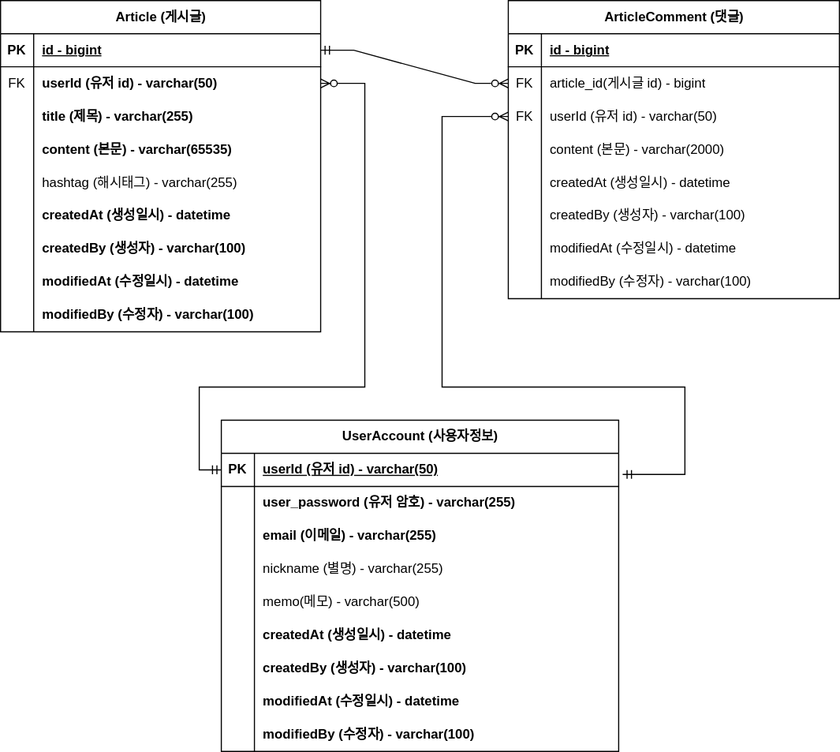
jy-hwang/fastcampus-project-board keeps this draw.io diagram as document/project-board-erd.svg. Above is the earlier version. Source tidied: cells renumbered, new cells last; positions are measured from the earlier drawing's top-left corner, leaving out a move shared by most shapes.
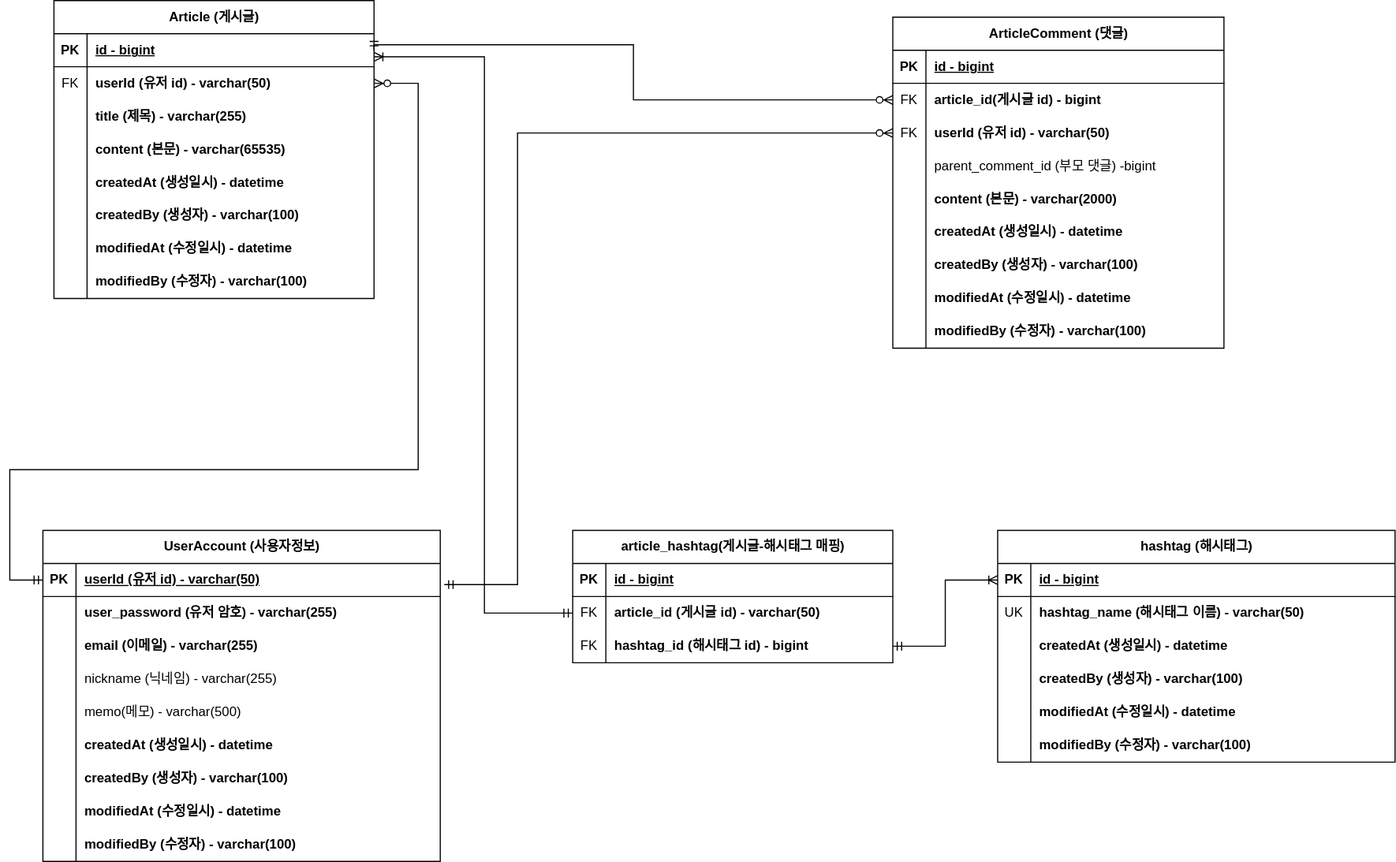
After the commit.

Commit message:
#62 - project-board-erd.svg 업데이트:대댓글,해시태그

브랜치 번호를 잘못기입해서 변경

Diff of the diagram source:
```diff
@@ -5,3 +5,3 @@
     <mxCell id="2" value="Article (게시글)" style="shape=table;startSize=30;rowLines=0;fontStyle=1;align=center;html=1;" parent="1" vertex="1">
-      <mxGeometry width="290" height="300" as="geometry" />
+      <mxGeometry width="290" height="270" as="geometry" />
     </mxCell>
@@ -43,13 +43,4 @@
     </mxCell>
-    <mxCell id="15" style="shape=tableRow;horizontal=0;startSize=0;swimlaneHead=0;swimlaneBody=0;fillColor=none;top=0;left=0;right=0;bottom=0;" parent="2" vertex="1">
-      <mxGeometry y="150" width="290" height="30" as="geometry" />
-    </mxCell>
-    <mxCell id="16" style="shape=partialRectangle;fillColor=none;top=0;left=0;bottom=0;right=0;overflow=hidden;whiteSpace=wrap;html=1;" parent="15" vertex="1">
-      <mxGeometry width="30" height="30" as="geometry" />
-    </mxCell>
-    <mxCell id="17" value="hashtag (해시태그) - varchar(255)" style="shape=partialRectangle;fillColor=none;top=0;left=0;bottom=0;right=0;align=left;spacingLeft=6;overflow=hidden;whiteSpace=wrap;html=1;" parent="15" vertex="1">
-      <mxGeometry x="30" width="260" height="30" as="geometry" />
-    </mxCell>
     <mxCell id="18" style="shape=tableRow;horizontal=0;startSize=0;swimlaneHead=0;swimlaneBody=0;fillColor=none;top=0;left=0;right=0;bottom=0;" parent="2" vertex="1">
-      <mxGeometry y="180" width="290" height="30" as="geometry" />
+      <mxGeometry y="150" width="290" height="30" as="geometry" />
     </mxCell>
@@ -62,3 +53,3 @@
     <mxCell id="21" style="shape=tableRow;horizontal=0;startSize=0;swimlaneHead=0;swimlaneBody=0;fillColor=none;top=0;left=0;right=0;bottom=0;" parent="2" vertex="1">
-      <mxGeometry y="210" width="290" height="30" as="geometry" />
+      <mxGeometry y="180" width="290" height="30" as="geometry" />
     </mxCell>
@@ -71,3 +62,3 @@
     <mxCell id="24" style="shape=tableRow;horizontal=0;startSize=0;swimlaneHead=0;swimlaneBody=0;fillColor=none;top=0;left=0;right=0;bottom=0;" parent="2" vertex="1">
-      <mxGeometry y="240" width="290" height="30" as="geometry" />
+      <mxGeometry y="210" width="290" height="30" as="geometry" />
     </mxCell>
@@ -80,3 +71,3 @@
     <mxCell id="27" style="shape=tableRow;horizontal=0;startSize=0;swimlaneHead=0;swimlaneBody=0;fillColor=none;top=0;left=0;right=0;bottom=0;" parent="2" vertex="1">
-      <mxGeometry y="270" width="290" height="30" as="geometry" />
+      <mxGeometry y="240" width="290" height="30" as="geometry" />
     </mxCell>
@@ -89,3 +80,3 @@
     <mxCell id="30" value="ArticleComment (댓글)" style="shape=table;startSize=30;rowLines=0;fontStyle=1;align=center;html=1;" parent="1" vertex="1">
-      <mxGeometry x="460" width="300" height="270" as="geometry" />
+      <mxGeometry x="760" y="15" width="300" height="300" as="geometry" />
     </mxCell>
@@ -106,3 +97,3 @@
     </mxCell>
-    <mxCell id="36" value="article_id(게시글 id) - bigint" style="shape=partialRectangle;fillColor=none;top=0;left=0;bottom=0;right=0;align=left;spacingLeft=6;overflow=hidden;whiteSpace=wrap;html=1;" parent="34" vertex="1">
+    <mxCell id="36" value="article_id(게시글 id) - bigint" style="shape=partialRectangle;fillColor=none;top=0;left=0;bottom=0;right=0;align=left;spacingLeft=6;overflow=hidden;whiteSpace=wrap;html=1;fontStyle=1;" parent="34" vertex="1">
       <mxGeometry x="30" width="270" height="30" as="geometry" />
@@ -115,7 +106,16 @@
     </mxCell>
-    <mxCell id="39" value="userId (유저 id) - varchar(50)" style="shape=partialRectangle;fillColor=none;top=0;left=0;bottom=0;right=0;align=left;spacingLeft=6;overflow=hidden;whiteSpace=wrap;html=1;" parent="37" vertex="1">
+    <mxCell id="39" value="userId (유저 id) - varchar(50)" style="shape=partialRectangle;fillColor=none;top=0;left=0;bottom=0;right=0;align=left;spacingLeft=6;overflow=hidden;whiteSpace=wrap;html=1;fontStyle=1;" parent="37" vertex="1">
       <mxGeometry x="30" width="270" height="30" as="geometry" />
     </mxCell>
+    <mxCell id="86" style="shape=tableRow;horizontal=0;startSize=0;swimlaneHead=0;swimlaneBody=0;fillColor=none;top=0;left=0;right=0;bottom=0;" parent="30" vertex="1">
+      <mxGeometry y="120" width="300" height="30" as="geometry" />
+    </mxCell>
+    <mxCell id="87" style="shape=partialRectangle;fillColor=none;top=0;left=0;bottom=0;right=0;overflow=hidden;whiteSpace=wrap;html=1;" parent="86" vertex="1">
+      <mxGeometry width="30" height="30" as="geometry" />
+    </mxCell>
+    <mxCell id="88" value="parent_comment_id (부모 댓글) -bigint" style="shape=partialRectangle;fillColor=none;top=0;left=0;bottom=0;right=0;align=left;spacingLeft=6;overflow=hidden;whiteSpace=wrap;html=1;" parent="86" vertex="1">
+      <mxGeometry x="30" width="270" height="30" as="geometry" />
+    </mxCell>
     <mxCell id="40" style="shape=tableRow;horizontal=0;startSize=0;swimlaneHead=0;swimlaneBody=0;fillColor=none;top=0;left=0;right=0;bottom=0;" parent="30" vertex="1">
-      <mxGeometry y="120" width="300" height="30" as="geometry" />
+      <mxGeometry y="150" width="300" height="30" as="geometry" />
     </mxCell>
@@ -124,3 +124,3 @@
     </mxCell>
-    <mxCell id="42" value="content (본문) - varchar(2000)" style="shape=partialRectangle;fillColor=none;top=0;left=0;bottom=0;right=0;align=left;spacingLeft=6;overflow=hidden;whiteSpace=wrap;html=1;" parent="40" vertex="1">
+    <mxCell id="42" value="content (본문) - varchar(2000)" style="shape=partialRectangle;fillColor=none;top=0;left=0;bottom=0;right=0;align=left;spacingLeft=6;overflow=hidden;whiteSpace=wrap;html=1;fontStyle=1;" parent="40" vertex="1">
       <mxGeometry x="30" width="270" height="30" as="geometry" />
@@ -128,3 +128,3 @@
     <mxCell id="43" style="shape=tableRow;horizontal=0;startSize=0;swimlaneHead=0;swimlaneBody=0;fillColor=none;top=0;left=0;right=0;bottom=0;" parent="30" vertex="1">
-      <mxGeometry y="150" width="300" height="30" as="geometry" />
+      <mxGeometry y="180" width="300" height="30" as="geometry" />
     </mxCell>
@@ -133,3 +133,3 @@
     </mxCell>
-    <mxCell id="45" value="createdAt (생성일시) - datetime" style="shape=partialRectangle;fillColor=none;top=0;left=0;bottom=0;right=0;align=left;spacingLeft=6;overflow=hidden;whiteSpace=wrap;html=1;" parent="43" vertex="1">
+    <mxCell id="45" value="createdAt (생성일시) - datetime" style="shape=partialRectangle;fillColor=none;top=0;left=0;bottom=0;right=0;align=left;spacingLeft=6;overflow=hidden;whiteSpace=wrap;html=1;fontStyle=1;" parent="43" vertex="1">
       <mxGeometry x="30" width="270" height="30" as="geometry" />
@@ -137,3 +137,3 @@
     <mxCell id="46" style="shape=tableRow;horizontal=0;startSize=0;swimlaneHead=0;swimlaneBody=0;fillColor=none;top=0;left=0;right=0;bottom=0;" parent="30" vertex="1">
-      <mxGeometry y="180" width="300" height="30" as="geometry" />
+      <mxGeometry y="210" width="300" height="30" as="geometry" />
     </mxCell>
@@ -142,3 +142,3 @@
     </mxCell>
-    <mxCell id="48" value="createdBy (생성자) - varchar(100)" style="shape=partialRectangle;fillColor=none;top=0;left=0;bottom=0;right=0;align=left;spacingLeft=6;overflow=hidden;whiteSpace=wrap;html=1;" parent="46" vertex="1">
+    <mxCell id="48" value="createdBy (생성자) - varchar(100)" style="shape=partialRectangle;fillColor=none;top=0;left=0;bottom=0;right=0;align=left;spacingLeft=6;overflow=hidden;whiteSpace=wrap;html=1;fontStyle=1;" parent="46" vertex="1">
       <mxGeometry x="30" width="270" height="30" as="geometry" />
@@ -146,3 +146,3 @@
     <mxCell id="49" style="shape=tableRow;horizontal=0;startSize=0;swimlaneHead=0;swimlaneBody=0;fillColor=none;top=0;left=0;right=0;bottom=0;" parent="30" vertex="1">
-      <mxGeometry y="210" width="300" height="30" as="geometry" />
+      <mxGeometry y="240" width="300" height="30" as="geometry" />
     </mxCell>
@@ -151,3 +151,3 @@
     </mxCell>
-    <mxCell id="51" value="modifiedAt (수정일시) - datetime" style="shape=partialRectangle;fillColor=none;top=0;left=0;bottom=0;right=0;align=left;spacingLeft=6;overflow=hidden;whiteSpace=wrap;html=1;" parent="49" vertex="1">
+    <mxCell id="51" value="modifiedAt (수정일시) - datetime" style="shape=partialRectangle;fillColor=none;top=0;left=0;bottom=0;right=0;align=left;spacingLeft=6;overflow=hidden;whiteSpace=wrap;html=1;fontStyle=1;" parent="49" vertex="1">
       <mxGeometry x="30" width="270" height="30" as="geometry" />
@@ -155,3 +155,3 @@
     <mxCell id="52" style="shape=tableRow;horizontal=0;startSize=0;swimlaneHead=0;swimlaneBody=0;fillColor=none;top=0;left=0;right=0;bottom=0;" parent="30" vertex="1">
-      <mxGeometry y="240" width="300" height="30" as="geometry" />
+      <mxGeometry y="270" width="300" height="30" as="geometry" />
     </mxCell>
@@ -160,10 +160,16 @@
     </mxCell>
-    <mxCell id="54" value="modifiedBy (수정자) - varchar(100)" style="shape=partialRectangle;fillColor=none;top=0;left=0;bottom=0;right=0;align=left;spacingLeft=6;overflow=hidden;whiteSpace=wrap;html=1;" parent="52" vertex="1">
+    <mxCell id="54" value="modifiedBy (수정자) - varchar(100)" style="shape=partialRectangle;fillColor=none;top=0;left=0;bottom=0;right=0;align=left;spacingLeft=6;overflow=hidden;whiteSpace=wrap;html=1;fontStyle=1;" parent="52" vertex="1">
       <mxGeometry x="30" width="270" height="30" as="geometry" />
     </mxCell>
-    <mxCell id="55" style="edgeStyle=entityRelationEdgeStyle;fontSize=12;html=1;endArrow=ERzeroToMany;startArrow=ERmandOne;rounded=0;exitX=1;exitY=0.5;exitDx=0;exitDy=0;endFill=0;" parent="1" edge="1" source="3" target="34">
-      <mxGeometry relative="1" as="geometry" />
+    <mxCell id="55" style="edgeStyle=orthogonalEdgeStyle;fontSize=12;html=1;endArrow=ERzeroToMany;startArrow=ERmandOne;rounded=0;exitX=1;exitY=0.5;exitDx=0;exitDy=0;endFill=0;" parent="1" edge="1" source="3" target="34">
+      <mxGeometry relative="1" as="geometry">
+        <Array as="points">
+          <mxPoint x="290" y="40" />
+          <mxPoint x="525" y="40" />
+          <mxPoint x="525" y="90" />
+        </Array>
+      </mxGeometry>
     </mxCell>
     <mxCell id="56" value="UserAccount (사용자정보)" style="shape=table;startSize=30;rowLines=0;fontStyle=1;align=center;html=1;" parent="1" vertex="1">
-      <mxGeometry x="200" y="380" width="360" height="300" as="geometry" />
+      <mxGeometry x="-10" y="480" width="360" height="300" as="geometry" />
     </mxCell>
@@ -202,3 +208,3 @@
     </mxCell>
-    <mxCell id="68" value="nickname (별명) - varchar(255)" style="shape=partialRectangle;fillColor=none;top=0;left=0;bottom=0;right=0;align=left;spacingLeft=6;overflow=hidden;whiteSpace=wrap;html=1;" parent="66" vertex="1">
+    <mxCell id="68" value="nickname (닉네임) - varchar(255)" style="shape=partialRectangle;fillColor=none;top=0;left=0;bottom=0;right=0;align=left;spacingLeft=6;overflow=hidden;whiteSpace=wrap;html=1;" parent="66" vertex="1">
       <mxGeometry x="30" width="330" height="30" as="geometry" />
@@ -253,5 +259,5 @@
         <Array as="points">
-          <mxPoint x="180" y="425" />
-          <mxPoint x="180" y="350" />
-          <mxPoint x="330" y="350" />
+          <mxPoint x="-40" y="525" />
+          <mxPoint x="-40" y="425" />
+          <mxPoint x="330" y="425" />
           <mxPoint x="330" y="75" />
@@ -263,6 +269,4 @@
         <Array as="points">
-          <mxPoint x="620" y="429" />
-          <mxPoint x="620" y="350" />
-          <mxPoint x="400" y="350" />
-          <mxPoint x="400" y="105" />
+          <mxPoint x="420" y="529" />
+          <mxPoint x="420" y="120" />
         </Array>
@@ -270,2 +274,100 @@
     </mxCell>
+    <mxCell id="89" value="article_hashtag(게시글-해시태그 매핑)" style="shape=table;startSize=30;rowLines=0;fontStyle=1;align=center;html=1;" parent="1" vertex="1">
+      <mxGeometry x="470" y="480" width="290" height="120" as="geometry" />
+    </mxCell>
+    <mxCell id="90" style="shape=tableRow;horizontal=0;startSize=0;swimlaneHead=0;swimlaneBody=0;fillColor=none;top=0;left=0;right=0;bottom=1;" parent="89" vertex="1">
+      <mxGeometry y="30" width="290" height="30" as="geometry" />
+    </mxCell>
+    <mxCell id="91" value="PK" style="shape=partialRectangle;fillColor=none;top=0;left=0;bottom=0;right=0;fontStyle=1;overflow=hidden;whiteSpace=wrap;html=1;" parent="90" vertex="1">
+      <mxGeometry width="30" height="30" as="geometry" />
+    </mxCell>
+    <mxCell id="92" value="id - bigint" style="shape=partialRectangle;fillColor=none;top=0;left=0;bottom=0;right=0;align=left;spacingLeft=6;fontStyle=5;overflow=hidden;whiteSpace=wrap;html=1;" parent="90" vertex="1">
+      <mxGeometry x="30" width="260" height="30" as="geometry" />
+    </mxCell>
+    <mxCell id="93" style="shape=tableRow;horizontal=0;startSize=0;swimlaneHead=0;swimlaneBody=0;fillColor=none;points=[[0,0.5],[1,0.5]];portConstraint=eastwest;top=0;left=0;right=0;bottom=0;" parent="89" vertex="1">
+      <mxGeometry y="60" width="290" height="30" as="geometry" />
+    </mxCell>
+    <mxCell id="94" value="FK" style="shape=partialRectangle;fillColor=none;top=0;left=0;bottom=0;right=0;overflow=hidden;whiteSpace=wrap;html=1;" parent="93" vertex="1">
+      <mxGeometry width="30" height="30" as="geometry" />
+    </mxCell>
+    <mxCell id="95" value="article_id (게시글 id) - varchar(50)" style="shape=partialRectangle;fillColor=none;top=0;left=0;bottom=0;right=0;align=left;spacingLeft=6;overflow=hidden;whiteSpace=wrap;html=1;fontStyle=1;" parent="93" vertex="1">
+      <mxGeometry x="30" width="260" height="30" as="geometry" />
+    </mxCell>
+    <mxCell id="96" style="shape=tableRow;horizontal=0;startSize=0;swimlaneHead=0;swimlaneBody=0;fillColor=none;points=[[0,0.5],[1,0.5]];portConstraint=eastwest;top=0;left=0;right=0;bottom=0;" parent="89" vertex="1">
+      <mxGeometry y="90" width="290" height="30" as="geometry" />
+    </mxCell>
+    <mxCell id="97" value="FK" style="shape=partialRectangle;fillColor=none;top=0;left=0;bottom=0;right=0;overflow=hidden;whiteSpace=wrap;html=1;" parent="96" vertex="1">
+      <mxGeometry width="30" height="30" as="geometry" />
+    </mxCell>
+    <mxCell id="98" value="hashtag_id (해시태그 id) - bigint" style="shape=partialRectangle;fillColor=none;top=0;left=0;bottom=0;right=0;align=left;spacingLeft=6;overflow=hidden;whiteSpace=wrap;html=1;fontStyle=1;" parent="96" vertex="1">
+      <mxGeometry x="30" width="260" height="30" as="geometry" />
+    </mxCell>
+    <mxCell id="99" value="hashtag (해시태그)" style="shape=table;startSize=30;rowLines=0;fontStyle=1;align=center;html=1;" parent="1" vertex="1">
+      <mxGeometry x="855" y="480" width="360" height="210" as="geometry" />
+    </mxCell>
+    <mxCell id="100" style="shape=tableRow;horizontal=0;startSize=0;swimlaneHead=0;swimlaneBody=0;fillColor=none;points=[[0,0.5],[1,0.5]];portConstraint=eastwest;top=0;left=0;right=0;bottom=1;" parent="99" vertex="1">
+      <mxGeometry y="30" width="360" height="30" as="geometry" />
+    </mxCell>
+    <mxCell id="101" value="PK" style="shape=partialRectangle;fillColor=none;top=0;left=0;bottom=0;right=0;fontStyle=1;overflow=hidden;whiteSpace=wrap;html=1;" parent="100" vertex="1">
+      <mxGeometry width="30" height="30" as="geometry" />
+    </mxCell>
+    <mxCell id="102" value="id - bigint" style="shape=partialRectangle;fillColor=none;top=0;left=0;bottom=0;right=0;align=left;spacingLeft=6;fontStyle=5;overflow=hidden;whiteSpace=wrap;html=1;" parent="100" vertex="1">
+      <mxGeometry x="30" width="330" height="30" as="geometry" />
+    </mxCell>
+    <mxCell id="103" style="shape=tableRow;horizontal=0;startSize=0;swimlaneHead=0;swimlaneBody=0;fillColor=none;top=0;left=0;right=0;bottom=0;" parent="99" vertex="1">
+      <mxGeometry y="60" width="360" height="30" as="geometry" />
+    </mxCell>
+    <mxCell id="104" value="UK" style="shape=partialRectangle;fillColor=none;top=0;left=0;bottom=0;right=0;overflow=hidden;whiteSpace=wrap;html=1;" parent="103" vertex="1">
+      <mxGeometry width="30" height="30" as="geometry" />
+    </mxCell>
+    <mxCell id="105" value="hashtag_name (해시태그 이름) - varchar(50)" style="shape=partialRectangle;fillColor=none;top=0;left=0;bottom=0;right=0;align=left;spacingLeft=6;overflow=hidden;whiteSpace=wrap;html=1;fontStyle=1;" parent="103" vertex="1">
+      <mxGeometry x="30" width="330" height="30" as="geometry" />
+    </mxCell>
+    <mxCell id="106" style="shape=tableRow;horizontal=0;startSize=0;swimlaneHead=0;swimlaneBody=0;fillColor=none;top=0;left=0;right=0;bottom=0;" parent="99" vertex="1">
+      <mxGeometry y="90" width="360" height="30" as="geometry" />
+    </mxCell>
+    <mxCell id="107" style="shape=partialRectangle;fillColor=none;top=0;left=0;bottom=0;right=0;overflow=hidden;whiteSpace=wrap;html=1;" parent="106" vertex="1">
+      <mxGeometry width="30" height="30" as="geometry" />
+    </mxCell>
+    <mxCell id="108" value="createdAt (생성일시) - datetime" style="shape=partialRectangle;fillColor=none;top=0;left=0;bottom=0;right=0;align=left;spacingLeft=6;overflow=hidden;whiteSpace=wrap;html=1;fontStyle=1;" parent="106" vertex="1">
+      <mxGeometry x="30" width="330" height="30" as="geometry" />
+    </mxCell>
+    <mxCell id="109" style="shape=tableRow;horizontal=0;startSize=0;swimlaneHead=0;swimlaneBody=0;fillColor=none;top=0;left=0;right=0;bottom=0;" parent="99" vertex="1">
+      <mxGeometry y="120" width="360" height="30" as="geometry" />
+    </mxCell>
+    <mxCell id="110" style="shape=partialRectangle;fillColor=none;top=0;left=0;bottom=0;right=0;overflow=hidden;whiteSpace=wrap;html=1;" parent="109" vertex="1">
+      <mxGeometry width="30" height="30" as="geometry" />
+    </mxCell>
+    <mxCell id="111" value="createdBy (생성자) - varchar(100)" style="shape=partialRectangle;fillColor=none;top=0;left=0;bottom=0;right=0;align=left;spacingLeft=6;overflow=hidden;whiteSpace=wrap;html=1;fontStyle=1;" parent="109" vertex="1">
+      <mxGeometry x="30" width="330" height="30" as="geometry" />
+    </mxCell>
+    <mxCell id="112" style="shape=tableRow;horizontal=0;startSize=0;swimlaneHead=0;swimlaneBody=0;fillColor=none;top=0;left=0;right=0;bottom=0;" parent="99" vertex="1">
+      <mxGeometry y="150" width="360" height="30" as="geometry" />
+    </mxCell>
+    <mxCell id="113" style="shape=partialRectangle;fillColor=none;top=0;left=0;bottom=0;right=0;overflow=hidden;whiteSpace=wrap;html=1;" parent="112" vertex="1">
+      <mxGeometry width="30" height="30" as="geometry" />
+    </mxCell>
+    <mxCell id="114" value="modifiedAt (수정일시) - datetime" style="shape=partialRectangle;fillColor=none;top=0;left=0;bottom=0;right=0;align=left;spacingLeft=6;overflow=hidden;whiteSpace=wrap;html=1;fontStyle=1;" parent="112" vertex="1">
+      <mxGeometry x="30" width="330" height="30" as="geometry" />
+    </mxCell>
+    <mxCell id="115" style="shape=tableRow;horizontal=0;startSize=0;swimlaneHead=0;swimlaneBody=0;fillColor=none;top=0;left=0;right=0;bottom=0;" parent="99" vertex="1">
+      <mxGeometry y="180" width="360" height="30" as="geometry" />
+    </mxCell>
+    <mxCell id="116" style="shape=partialRectangle;fillColor=none;top=0;left=0;bottom=0;right=0;overflow=hidden;whiteSpace=wrap;html=1;" parent="115" vertex="1">
+      <mxGeometry width="30" height="30" as="geometry" />
+    </mxCell>
+    <mxCell id="117" value="modifiedBy (수정자) - varchar(100)" style="shape=partialRectangle;fillColor=none;top=0;left=0;bottom=0;right=0;align=left;spacingLeft=6;overflow=hidden;whiteSpace=wrap;html=1;fontStyle=1;" parent="115" vertex="1">
+      <mxGeometry x="30" width="330" height="30" as="geometry" />
+    </mxCell>
+    <mxCell id="118" style="endArrow=ERoneToMany;html=1;rounded=0;exitX=1;exitY=0.5;exitDx=0;exitDy=0;entryX=0;entryY=0.5;entryDx=0;entryDy=0;startArrow=ERmandOne;startFill=0;endFill=0;edgeStyle=orthogonalEdgeStyle;" parent="1" edge="1" source="96" target="100">
+      <mxGeometry relative="1" as="geometry" />
+    </mxCell>
+    <mxCell id="119" style="endArrow=ERoneToMany;html=1;rounded=0;exitX=0;exitY=0.5;exitDx=0;exitDy=0;startArrow=ERmandOne;startFill=0;endFill=0;edgeStyle=orthogonalEdgeStyle;" parent="1" edge="1" source="93" target="3">
+      <mxGeometry relative="1" as="geometry">
+        <Array as="points">
+          <mxPoint x="390" y="555" />
+          <mxPoint x="390" y="51" />
+        </Array>
+      </mxGeometry>
+    </mxCell>
   </root>
```
